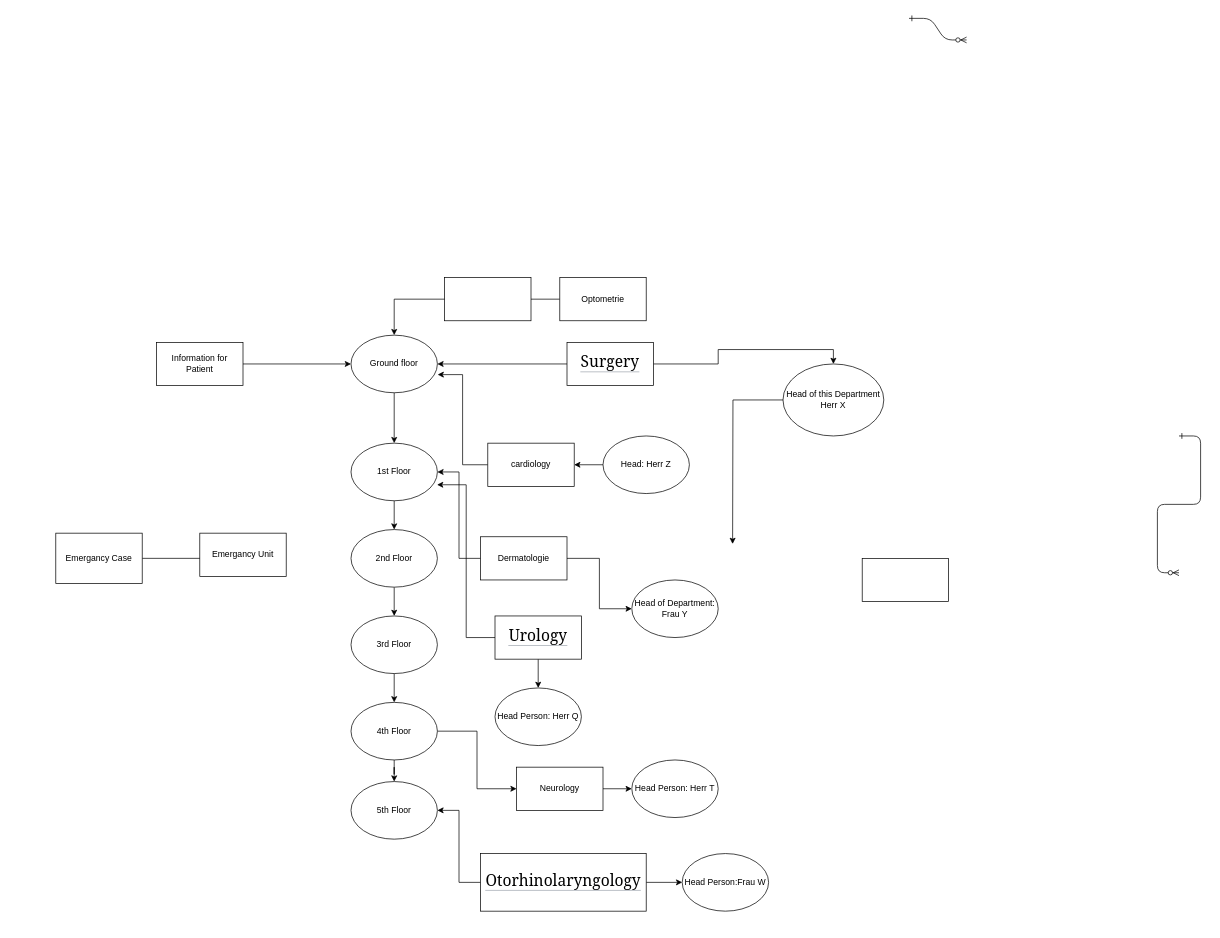
This is Exercise2.drawio from MarkoGrah0vac7/FE21-DBDev-Marko-Matthias, a draw.io file, before an edit. Source tidied: cells renumbered, new cells numbered last; positions are measured from the earlier drawing's top-left corner, leaving out a move shared by most shapes. Both pictures are drawn from the tidied source at 72%, with x=0, y=0 at pixel (55, 18).
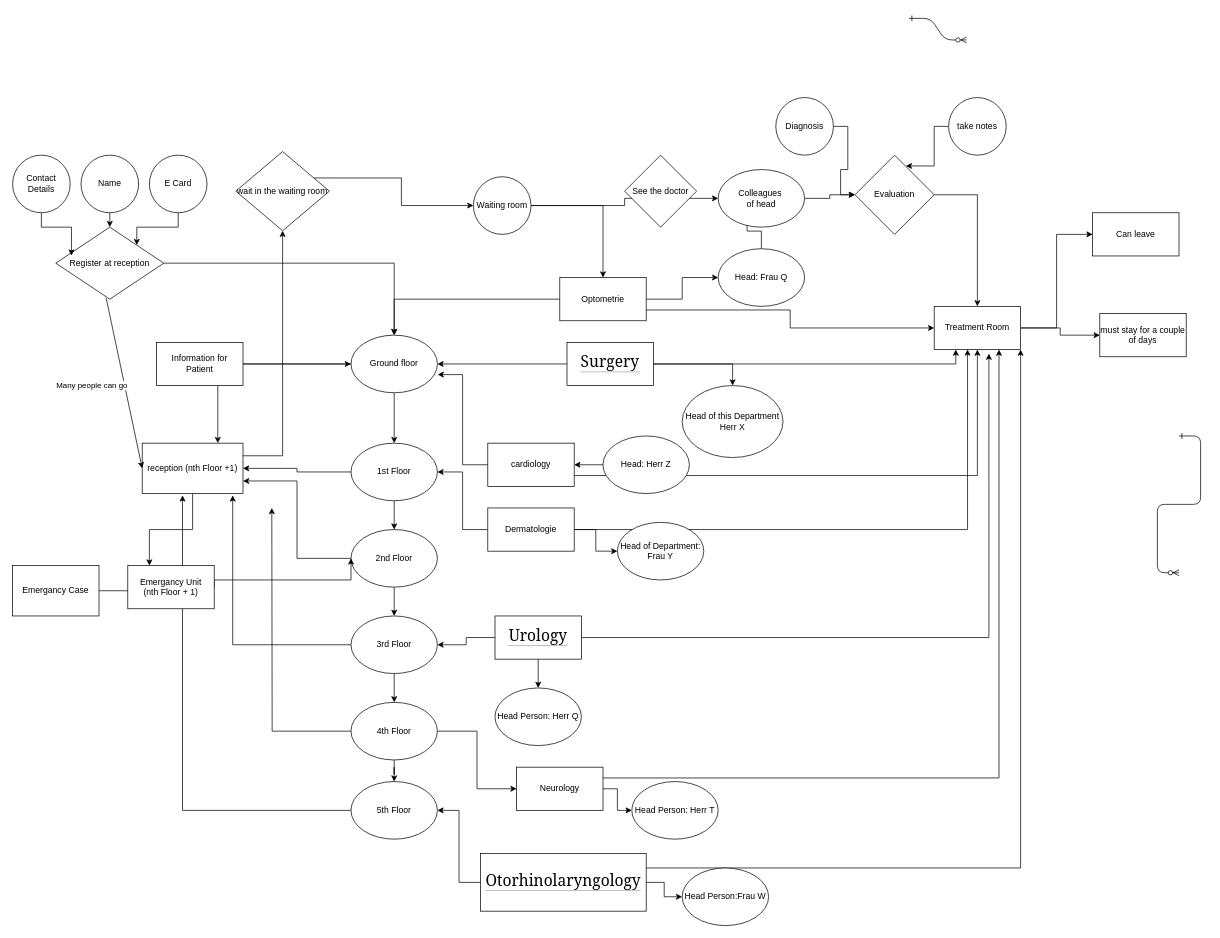
The same page after the edit.

The change refers to these unchanged cells:
```xml
<mxCell id="8" value="Optometrie" style="rounded=0;whiteSpace=wrap;html=1;" parent="1" vertex="1">
  <mxGeometry x="700" y="360" width="120" height="60" as="geometry" />
</mxCell>
<mxCell id="10" value="Neurology" style="rounded=0;whiteSpace=wrap;html=1;" parent="1" vertex="1">
  <mxGeometry x="640" y="1040" width="120" height="60" as="geometry" />
</mxCell>
<mxCell id="13" value="&#10;&#10;&lt;h1 id=&quot;firstHeading&quot; class=&quot;firstHeading&quot; style=&quot;color: rgb(0, 0, 0); margin: 0px 0px 0.25em; padding: 0px; overflow: visible; border-bottom: 1px solid rgb(162, 169, 177); font-size: 1.8em; font-weight: normal; font-family: &amp;quot;linux libertine&amp;quot;, georgia, times, serif; line-height: 1.3; font-style: normal; letter-spacing: normal; text-indent: 0px; text-transform: none; word-spacing: 0px;&quot;&gt;Otorhinolaryngology&lt;/h1&gt;&#10;&#10;" style="rounded=0;whiteSpace=wrap;html=1;" parent="1" vertex="1">
  <mxGeometry x="590" y="1160" width="230" height="80" as="geometry" />
</mxCell>
<mxCell id="16" value="&#10;&#10;&lt;h1 id=&quot;firstHeading&quot; class=&quot;firstHeading&quot; style=&quot;color: rgb(0, 0, 0); margin: 0px 0px 0.25em; padding: 0px; overflow: visible; border-bottom: 1px solid rgb(162, 169, 177); font-size: 1.8em; font-weight: normal; font-family: &amp;quot;linux libertine&amp;quot;, georgia, times, serif; line-height: 1.3; font-style: normal; letter-spacing: normal; text-indent: 0px; text-transform: none; word-spacing: 0px;&quot;&gt;Surgery&lt;/h1&gt;&#10;&#10;" style="rounded=0;whiteSpace=wrap;html=1;" parent="1" vertex="1">
  <mxGeometry x="710" y="450" width="120" height="60" as="geometry" />
</mxCell>
<mxCell id="19" value="&#10;&#10;&lt;h1 id=&quot;firstHeading&quot; class=&quot;firstHeading&quot; style=&quot;color: rgb(0, 0, 0); margin: 0px 0px 0.25em; padding: 0px; overflow: visible; border-bottom: 1px solid rgb(162, 169, 177); font-size: 1.8em; font-weight: normal; font-family: &amp;quot;linux libertine&amp;quot;, georgia, times, serif; line-height: 1.3; font-style: normal; letter-spacing: normal; text-indent: 0px; text-transform: none; word-spacing: 0px;&quot;&gt;Urology&lt;/h1&gt;&#10;&#10;" style="rounded=0;whiteSpace=wrap;html=1;" parent="1" vertex="1">
  <mxGeometry x="610" y="830" width="120" height="60" as="geometry" />
</mxCell>
<mxCell id="24" value="Ground floor" style="ellipse;whiteSpace=wrap;html=1;" parent="1" vertex="1">
  <mxGeometry x="410" y="440" width="120" height="80" as="geometry" />
</mxCell>
<mxCell id="26" value="cardiology" style="rounded=0;whiteSpace=wrap;html=1;" parent="1" vertex="1">
  <mxGeometry x="600" y="590" width="120" height="60" as="geometry" />
</mxCell>
<mxCell id="32" value="1st Floor" style="ellipse;whiteSpace=wrap;html=1;" parent="1" vertex="1">
  <mxGeometry x="410" y="590" width="120" height="80" as="geometry" />
</mxCell>
<mxCell id="34" value="2nd Floor" style="ellipse;whiteSpace=wrap;html=1;" parent="1" vertex="1">
  <mxGeometry x="410" y="710" width="120" height="80" as="geometry" />
</mxCell>
<mxCell id="36" value="3rd Floor" style="ellipse;whiteSpace=wrap;html=1;" parent="1" vertex="1">
  <mxGeometry x="410" y="830" width="120" height="80" as="geometry" />
</mxCell>
<mxCell id="39" value="4th Floor&lt;br&gt;" style="ellipse;whiteSpace=wrap;html=1;" parent="1" vertex="1">
  <mxGeometry x="410" y="950" width="120" height="80" as="geometry" />
</mxCell>
<mxCell id="40" value="5th Floor" style="ellipse;whiteSpace=wrap;html=1;" parent="1" vertex="1">
  <mxGeometry x="410" y="1060" width="120" height="80" as="geometry" />
</mxCell>
```

What changed in the source:
```diff
@@
+    <mxCell id="49" style="edgeStyle=orthogonalEdgeStyle;rounded=0;jettySize=auto;html=1;exitX=1;exitY=0.5;exitDx=0;exitDy=0;entryX=0.386;entryY=0.998;entryDx=0;entryDy=0;entryPerimeter=0;" parent="1" edge="1" source="6" target="89">
+      <mxGeometry relative="1" as="geometry" />
+    </mxCell>
     <mxCell id="6" value="Dermatologie" style="rounded=0;whiteSpace=wrap;html=1;" parent="1" vertex="1">
-      <mxGeometry x="590" y="720" width="120" height="60" as="geometry" />
+      <mxGeometry x="600" y="680" width="120" height="60" as="geometry" />
     </mxCell>
-    <mxCell id="7" style="edgeStyle=orthogonalEdgeStyle;rounded=0;jettySize=auto;html=1;entryX=0.5;entryY=0;entryDx=0;entryDy=0;" parent="1" edge="1" source="8" target="24">
+    <mxCell id="7" style="edgeStyle=orthogonalEdgeStyle;rounded=0;jettySize=auto;html=1;entryX=0.5;entryY=0;entryDx=0;entryDy=0;" parent="1" edge="1" source="68" target="24">
       <mxGeometry relative="1" as="geometry" />
     </mxCell>
+    <mxCell id="50" style="edgeStyle=orthogonalEdgeStyle;rounded=0;jettySize=auto;html=1;entryX=0.5;entryY=0;entryDx=0;entryDy=0;" parent="1" edge="1" source="8" target="24">
+      <mxGeometry relative="1" as="geometry" />
+    </mxCell>
+    <mxCell id="51" style="edgeStyle=orthogonalEdgeStyle;rounded=0;jettySize=auto;html=1;" parent="1" edge="1" source="8" target="76">
+      <mxGeometry relative="1" as="geometry" />
+    </mxCell>
+    <mxCell id="52" style="edgeStyle=orthogonalEdgeStyle;rounded=0;jettySize=auto;html=1;exitX=1;exitY=0.75;exitDx=0;exitDy=0;" parent="1" edge="1" source="8" target="89">
+      <mxGeometry relative="1" as="geometry" />
+    </mxCell>
@@
+    <mxCell id="53" style="edgeStyle=orthogonalEdgeStyle;rounded=0;jettySize=auto;html=1;exitX=1;exitY=0.25;exitDx=0;exitDy=0;entryX=0.75;entryY=1;entryDx=0;entryDy=0;" parent="1" edge="1" source="10" target="89">
+      <mxGeometry relative="1" as="geometry" />
+    </mxCell>
@@
+    <mxCell id="54" style="edgeStyle=orthogonalEdgeStyle;rounded=0;jettySize=auto;html=1;exitX=1;exitY=0.25;exitDx=0;exitDy=0;entryX=1;entryY=1;entryDx=0;entryDy=0;" parent="1" edge="1" source="13" target="89">
+      <mxGeometry relative="1" as="geometry" />
+    </mxCell>
@@
+    <mxCell id="55" style="edgeStyle=orthogonalEdgeStyle;rounded=0;jettySize=auto;html=1;exitX=1;exitY=0.5;exitDx=0;exitDy=0;entryX=0.25;entryY=1;entryDx=0;entryDy=0;" parent="1" edge="1" source="16" target="89">
+      <mxGeometry relative="1" as="geometry" />
+    </mxCell>
@@
-    <mxCell id="17" style="edgeStyle=orthogonalEdgeStyle;rounded=0;jettySize=auto;html=1;entryX=0.996;entryY=0.722;entryDx=0;entryDy=0;entryPerimeter=0;" parent="1" edge="1" source="19" target="32">
+    <mxCell id="17" style="edgeStyle=orthogonalEdgeStyle;rounded=0;jettySize=auto;html=1;entryX=1;entryY=0.5;entryDx=0;entryDy=0;" parent="1" edge="1" source="19" target="36">
       <mxGeometry relative="1" as="geometry" />
     </mxCell>
@@
+    <mxCell id="56" style="edgeStyle=orthogonalEdgeStyle;rounded=0;jettySize=auto;html=1;exitX=1;exitY=0.5;exitDx=0;exitDy=0;entryX=0.633;entryY=1.093;entryDx=0;entryDy=0;entryPerimeter=0;" parent="1" edge="1" source="19" target="89">
+      <mxGeometry relative="1" as="geometry" />
+    </mxCell>
@@
-    <mxCell id="20" style="edgeStyle=orthogonalEdgeStyle;rounded=0;jettySize=auto;html=1;" parent="1" edge="1" source="21">
-      <mxGeometry relative="1" as="geometry">
-        <mxPoint x="940" y="730" as="targetPoint" />
-      </mxGeometry>
-    </mxCell>
     <mxCell id="21" value="Head of this Department Herr X" style="ellipse;whiteSpace=wrap;html=1;" parent="1" vertex="1">
-      <mxGeometry x="1010" y="480" width="140" height="100" as="geometry" />
+      <mxGeometry x="870" y="510" width="140" height="100" as="geometry" />
     </mxCell>
     <mxCell id="22" value="Head of Department: Frau Y" style="ellipse;whiteSpace=wrap;html=1;" parent="1" vertex="1">
-      <mxGeometry x="800" y="780" width="120" height="80" as="geometry" />
+      <mxGeometry x="780" y="700" width="120" height="80" as="geometry" />
     </mxCell>
@@
+    <mxCell id="57" style="edgeStyle=orthogonalEdgeStyle;rounded=0;jettySize=auto;html=1;entryX=0.75;entryY=0;entryDx=0;entryDy=0;" parent="1" edge="1" source="24" target="48">
+      <mxGeometry relative="1" as="geometry" />
+    </mxCell>
@@
+    <mxCell id="58" style="edgeStyle=orthogonalEdgeStyle;rounded=0;jettySize=auto;html=1;exitX=1;exitY=0.75;exitDx=0;exitDy=0;" parent="1" edge="1" source="26" target="89">
+      <mxGeometry relative="1" as="geometry" />
+    </mxCell>
@@
+    <mxCell id="59" style="edgeStyle=orthogonalEdgeStyle;rounded=0;jettySize=auto;html=1;exitX=0;exitY=0.5;exitDx=0;exitDy=0;entryX=1;entryY=0.5;entryDx=0;entryDy=0;" parent="1" edge="1" source="32" target="48">
+      <mxGeometry relative="1" as="geometry" />
+    </mxCell>
@@
+    <mxCell id="60" style="edgeStyle=orthogonalEdgeStyle;rounded=0;jettySize=auto;html=1;exitX=0;exitY=0.5;exitDx=0;exitDy=0;entryX=1;entryY=0.75;entryDx=0;entryDy=0;" parent="1" edge="1" source="34" target="48">
+      <mxGeometry relative="1" as="geometry" />
+    </mxCell>
@@
+    <mxCell id="61" style="edgeStyle=orthogonalEdgeStyle;rounded=0;jettySize=auto;html=1;exitX=0;exitY=0.5;exitDx=0;exitDy=0;entryX=0.898;entryY=1.035;entryDx=0;entryDy=0;entryPerimeter=0;" parent="1" edge="1" source="36" target="48">
+      <mxGeometry relative="1" as="geometry" />
+    </mxCell>
@@
+    <mxCell id="62" style="edgeStyle=orthogonalEdgeStyle;rounded=0;jettySize=auto;html=1;exitX=0;exitY=0.5;exitDx=0;exitDy=0;" parent="1" edge="1" source="39">
+      <mxGeometry relative="1" as="geometry">
+        <mxPoint x="300" y="680" as="targetPoint" />
+      </mxGeometry>
+    </mxCell>
@@
+    <mxCell id="63" style="edgeStyle=orthogonalEdgeStyle;rounded=0;jettySize=auto;html=1;exitX=0;exitY=0.5;exitDx=0;exitDy=0;entryX=0.4;entryY=1.035;entryDx=0;entryDy=0;entryPerimeter=0;" parent="1" edge="1" source="40" target="48">
+      <mxGeometry relative="1" as="geometry" />
+    </mxCell>
@@
     <mxCell id="42" value="Head Person:Frau W" style="ellipse;whiteSpace=wrap;html=1;" parent="1" vertex="1">
-      <mxGeometry x="870" y="1160" width="120" height="80" as="geometry" />
+      <mxGeometry x="870" y="1180" width="120" height="80" as="geometry" />
     </mxCell>
     <mxCell id="43" value="Head Person: Herr T" style="ellipse;whiteSpace=wrap;html=1;" parent="1" vertex="1">
-      <mxGeometry x="800" y="1030" width="120" height="80" as="geometry" />
+      <mxGeometry x="800" y="1060" width="120" height="80" as="geometry" />
     </mxCell>
@@
     <mxCell id="45" value="Emergancy Case" style="rounded=0;whiteSpace=wrap;html=1;" parent="1" vertex="1">
-      <mxGeometry y="715" width="120" height="70" as="geometry" />
+      <mxGeometry x="-60" y="760" width="120" height="70" as="geometry" />
     </mxCell>
-    <mxCell id="46" style="rounded=0;whiteSpace=wrap;html=1;" parent="1" vertex="1">
-      <mxGeometry x="1120" y="750" width="120" height="60" as="geometry" />
-    </mxCell>
+    <mxCell id="64" style="edgeStyle=orthogonalEdgeStyle;rounded=0;jettySize=auto;html=1;exitX=1;exitY=0.5;exitDx=0;exitDy=0;entryX=0;entryY=0.5;entryDx=0;entryDy=0;" parent="1" edge="1" source="47" target="34">
+      <mxGeometry relative="1" as="geometry">
+        <Array as="points">
+          <mxPoint x="220" y="780" />
+          <mxPoint x="410" y="780" />
+        </Array>
+      </mxGeometry>
+    </mxCell>
-    <mxCell id="47" value="Emergancy Unit" style="rounded=0;whiteSpace=wrap;html=1;" parent="1" vertex="1">
-      <mxGeometry x="200" y="715" width="120" height="60" as="geometry" />
+    <mxCell id="47" value="Emergancy Unit&lt;br&gt;(nth Floor + 1)" style="rounded=0;whiteSpace=wrap;html=1;" parent="1" vertex="1">
+      <mxGeometry x="100" y="760" width="120" height="60" as="geometry" />
     </mxCell>
+    <mxCell id="65" style="edgeStyle=orthogonalEdgeStyle;rounded=0;jettySize=auto;html=1;entryX=0.25;entryY=0;entryDx=0;entryDy=0;" parent="1" edge="1" source="48" target="47">
+      <mxGeometry relative="1" as="geometry" />
+    </mxCell>
+    <mxCell id="66" style="edgeStyle=orthogonalEdgeStyle;rounded=0;jettySize=auto;html=1;exitX=1;exitY=0.25;exitDx=0;exitDy=0;entryX=0;entryY=0.5;entryDx=0;entryDy=0;" parent="1" edge="1" source="80" target="79">
+      <mxGeometry relative="1" as="geometry" />
+    </mxCell>
+    <mxCell id="67" style="edgeStyle=orthogonalEdgeStyle;rounded=0;jettySize=auto;html=1;exitX=1;exitY=0.25;exitDx=0;exitDy=0;entryX=0.5;entryY=1;entryDx=0;entryDy=0;" parent="1" edge="1" source="48" target="80">
+      <mxGeometry relative="1" as="geometry" />
+    </mxCell>
-    <mxCell id="48" style="rounded=0;whiteSpace=wrap;html=1;" parent="1" vertex="1">
-      <mxGeometry x="540" y="360" width="120" height="60" as="geometry" />
+    <mxCell id="48" value="reception (nth Floor +1)" style="rounded=0;whiteSpace=wrap;html=1;" parent="1" vertex="1">
+      <mxGeometry x="120" y="590" width="140" height="70" as="geometry" />
     </mxCell>
+    <mxCell id="68" value="Register at reception" style="rhombus;whiteSpace=wrap;html=1;" parent="1" vertex="1">
+      <mxGeometry y="290" width="150" height="100" as="geometry" />
+    </mxCell>
+    <mxCell id="69" style="edgeStyle=orthogonalEdgeStyle;rounded=0;jettySize=auto;html=1;entryX=1;entryY=0;entryDx=0;entryDy=0;" parent="1" edge="1" source="70" target="68">
+      <mxGeometry relative="1" as="geometry" />
+    </mxCell>
+    <mxCell id="70" value="E Card" style="ellipse;whiteSpace=wrap;html=1;" parent="1" vertex="1">
+      <mxGeometry x="130" y="190" width="80" height="80" as="geometry" />
+    </mxCell>
+    <mxCell id="71" style="edgeStyle=orthogonalEdgeStyle;rounded=0;jettySize=auto;html=1;exitX=0.5;exitY=1;exitDx=0;exitDy=0;entryX=0.5;entryY=0;entryDx=0;entryDy=0;" parent="1" edge="1" source="72" target="68">
+      <mxGeometry relative="1" as="geometry" />
+    </mxCell>
+    <mxCell id="72" value="Name" style="ellipse;whiteSpace=wrap;html=1;" parent="1" vertex="1">
+      <mxGeometry x="35" y="190" width="80" height="80" as="geometry" />
+    </mxCell>
+    <mxCell id="73" style="edgeStyle=orthogonalEdgeStyle;rounded=0;jettySize=auto;html=1;exitX=0.5;exitY=1;exitDx=0;exitDy=0;entryX=0.145;entryY=0.396;entryDx=0;entryDy=0;entryPerimeter=0;" parent="1" edge="1" source="74" target="68">
+      <mxGeometry relative="1" as="geometry" />
+    </mxCell>
+    <mxCell id="74" value="Contact Details" style="ellipse;whiteSpace=wrap;html=1;" parent="1" vertex="1">
+      <mxGeometry x="-60" y="190" width="80" height="80" as="geometry" />
+    </mxCell>
+    <mxCell id="75" style="edgeStyle=orthogonalEdgeStyle;rounded=0;jettySize=auto;html=1;exitX=0.5;exitY=0;exitDx=0;exitDy=0;" parent="1" edge="1" source="76">
+      <mxGeometry relative="1" as="geometry">
+        <mxPoint x="959.7" y="270" as="targetPoint" />
+      </mxGeometry>
+    </mxCell>
+    <mxCell id="76" value="Head: Frau Q" style="ellipse;whiteSpace=wrap;html=1;rounded=0;" parent="1" vertex="1">
+      <mxGeometry x="920" y="320" width="120" height="80" as="geometry" />
+    </mxCell>
+    <mxCell id="77" style="edgeStyle=orthogonalEdgeStyle;rounded=0;jettySize=auto;html=1;" parent="1" edge="1" source="79" target="8">
+      <mxGeometry relative="1" as="geometry" />
+    </mxCell>
+    <mxCell id="78" style="edgeStyle=orthogonalEdgeStyle;rounded=0;jettySize=auto;html=1;entryX=0;entryY=0.5;entryDx=0;entryDy=0;" parent="1" edge="1" source="79" target="85">
+      <mxGeometry relative="1" as="geometry" />
+    </mxCell>
+    <mxCell id="79" value="Waiting room&lt;br&gt;" style="ellipse;whiteSpace=wrap;html=1;" parent="1" vertex="1">
+      <mxGeometry x="580" y="220" width="80" height="80" as="geometry" />
+    </mxCell>
+    <mxCell id="80" value="wait in the waiting room" style="rhombus;whiteSpace=wrap;html=1;" parent="1" vertex="1">
+      <mxGeometry x="250" y="185" width="130" height="110" as="geometry" />
+    </mxCell>
+    <mxCell id="81" style="endArrow=classic;html=1;entryX=0;entryY=0.5;entryDx=0;entryDy=0;" parent="1" edge="1" target="48">
+      <mxGeometry relative="1" as="geometry">
+        <mxPoint x="70" y="388.6" as="sourcePoint" />
+      </mxGeometry>
+    </mxCell>
+    <mxCell id="82" value="Many people can go" style="edgeLabel;html=1;align=center;verticalAlign=middle;" parent="81" vertex="1">
+      <mxGeometry relative="1" as="geometry">
+        <mxPoint x="-45.1" y="2.6" as="offset" />
+      </mxGeometry>
+    </mxCell>
+    <mxCell id="83" style="edgeStyle=orthogonalEdgeStyle;rounded=0;jettySize=auto;html=1;exitX=1;exitY=0.5;exitDx=0;exitDy=0;entryX=0.5;entryY=0;entryDx=0;entryDy=0;" parent="1" edge="1" source="90" target="89">
+      <mxGeometry relative="1" as="geometry" />
+    </mxCell>
+    <mxCell id="84" style="edgeStyle=orthogonalEdgeStyle;rounded=0;jettySize=auto;html=1;" parent="1" edge="1" source="85" target="90">
+      <mxGeometry relative="1" as="geometry" />
+    </mxCell>
+    <mxCell id="85" value="Colleagues&amp;nbsp;&lt;br&gt;of head" style="ellipse;whiteSpace=wrap;html=1;" parent="1" vertex="1">
+      <mxGeometry x="920" y="210" width="120" height="80" as="geometry" />
+    </mxCell>
+    <mxCell id="86" value="See the doctor" style="rhombus;whiteSpace=wrap;html=1;" parent="1" vertex="1">
+      <mxGeometry x="790" y="190" width="100" height="100" as="geometry" />
+    </mxCell>
+    <mxCell id="87" style="edgeStyle=orthogonalEdgeStyle;rounded=0;jettySize=auto;html=1;exitX=1;exitY=0.5;exitDx=0;exitDy=0;entryX=0;entryY=0.5;entryDx=0;entryDy=0;" parent="1" edge="1" source="89" target="95">
+      <mxGeometry relative="1" as="geometry" />
+    </mxCell>
+    <mxCell id="88" style="edgeStyle=orthogonalEdgeStyle;rounded=0;jettySize=auto;html=1;exitX=1;exitY=0.5;exitDx=0;exitDy=0;entryX=0;entryY=0.5;entryDx=0;entryDy=0;" parent="1" edge="1" source="89" target="96">
+      <mxGeometry relative="1" as="geometry" />
+    </mxCell>
+    <mxCell id="89" value="Treatment Room" style="rounded=0;whiteSpace=wrap;html=1;" parent="1" vertex="1">
+      <mxGeometry x="1220" y="400" width="120" height="60" as="geometry" />
+    </mxCell>
+    <mxCell id="90" value="Evaluation&lt;br&gt;" style="rhombus;whiteSpace=wrap;html=1;" parent="1" vertex="1">
+      <mxGeometry x="1110" y="190" width="110" height="110" as="geometry" />
+    </mxCell>
+    <mxCell id="91" style="edgeStyle=orthogonalEdgeStyle;rounded=0;jettySize=auto;html=1;entryX=0.642;entryY=0.136;entryDx=0;entryDy=0;entryPerimeter=0;" parent="1" edge="1" source="92" target="90">
+      <mxGeometry relative="1" as="geometry" />
+    </mxCell>
+    <mxCell id="92" value="take notes" style="ellipse;whiteSpace=wrap;html=1;" parent="1" vertex="1">
+      <mxGeometry x="1240" y="110" width="80" height="80" as="geometry" />
+    </mxCell>
+    <mxCell id="93" style="edgeStyle=orthogonalEdgeStyle;rounded=0;jettySize=auto;html=1;" parent="1" edge="1" source="94" target="90">
+      <mxGeometry relative="1" as="geometry" />
+    </mxCell>
+    <mxCell id="94" value="Diagnosis" style="ellipse;whiteSpace=wrap;html=1;" parent="1" vertex="1">
+      <mxGeometry x="1000" y="110" width="80" height="80" as="geometry" />
+    </mxCell>
+    <mxCell id="95" value="Can leave" style="rounded=0;whiteSpace=wrap;html=1;" parent="1" vertex="1">
+      <mxGeometry x="1440" y="270" width="120" height="60" as="geometry" />
+    </mxCell>
+    <mxCell id="96" value="must stay for a couple of days" style="rounded=0;whiteSpace=wrap;html=1;" parent="1" vertex="1">
+      <mxGeometry x="1450" y="410" width="120" height="60" as="geometry" />
+    </mxCell>
```
